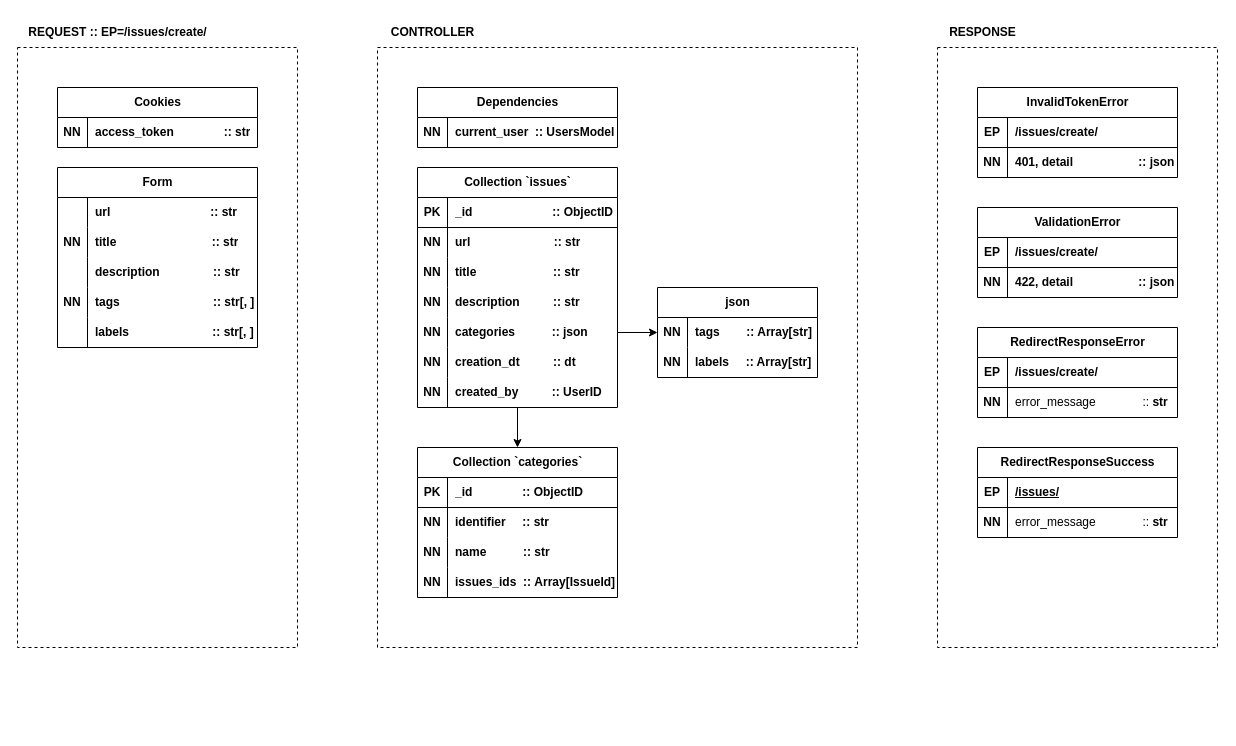
Above: page "/issues/create/post" (2 of 4) of contributors/__docs/Diagram.drawio in ames0k0/Ticket (draw.io), before the change. Source tidied: cells renumbered, new cells numbered last; positions are measured from the earlier drawing's top-left corner, leaving out a move shared by most shapes. Both pictures are drawn from the tidied source at 100%, with x=0, y=0 at pixel (17, 17).
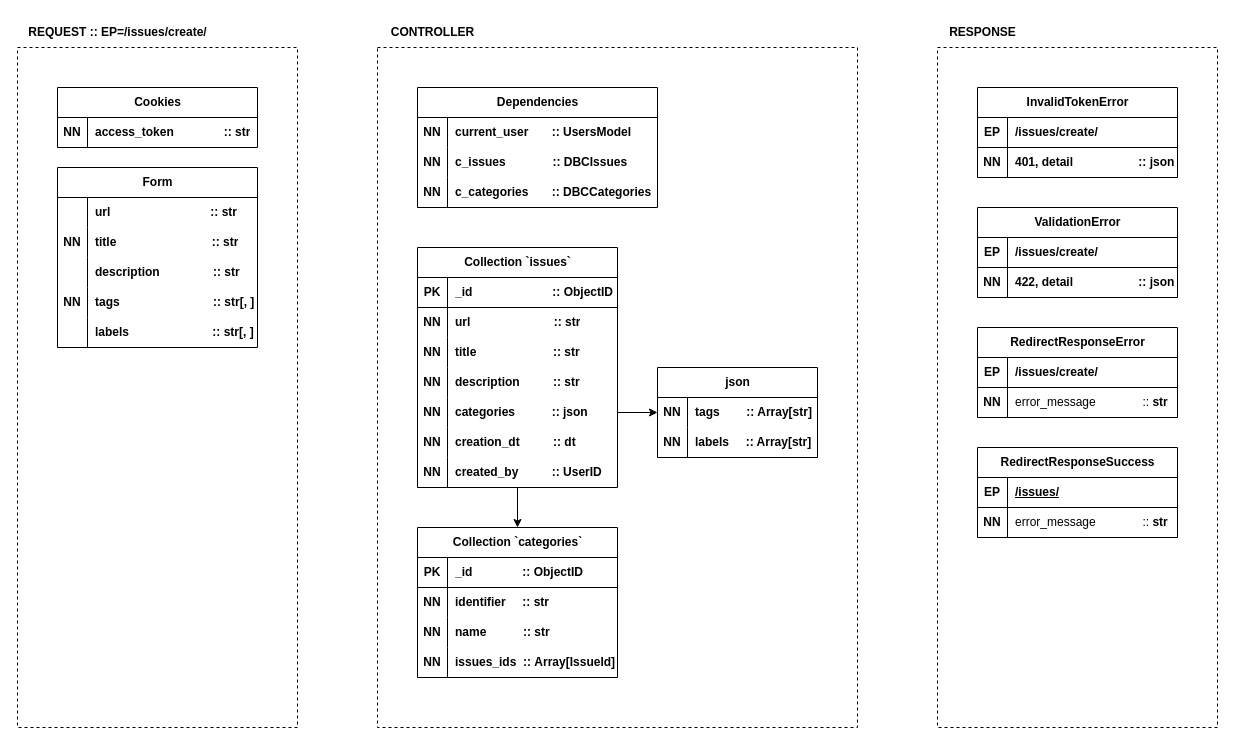
The same diagram, later.

Commit message (it also covers changes not shown here):
[ticket] Contributors: Issues::Create::POST

Diff of the diagram source:
```diff
@@
     <mxCell id="19" value="Collection `issues`" style="shape=table;startSize=30;childLayout=tableLayout;rowLines=0;fontStyle=1;align=center;html=1;" parent="1" vertex="1">
-      <mxGeometry x="400" y="150" width="200" height="240" as="geometry" />
+      <mxGeometry x="400" y="230" width="200" height="240" as="geometry" />
     </mxCell>
@@
     <mxCell id="41" value="json" style="shape=table;startSize=30;childLayout=tableLayout;rowLines=0;fontStyle=1;align=center;html=1;" parent="1" vertex="1">
-      <mxGeometry x="640" y="270" width="160" height="90" as="geometry" />
+      <mxGeometry x="640" y="350" width="160" height="90" as="geometry" />
     </mxCell>
@@
     <mxCell id="49" value="Collection `categories`" style="shape=table;startSize=30;childLayout=tableLayout;rowLines=0;fontStyle=1;align=center;html=1;" parent="1" vertex="1">
-      <mxGeometry x="400" y="430" width="200" height="150" as="geometry" />
+      <mxGeometry x="400" y="510" width="200" height="150" as="geometry" />
     </mxCell>
@@
     <mxCell id="76" style="endArrow=none;dashed=1;html=1;rounded=0;" parent="1" edge="1">
       <mxGeometry relative="1" as="geometry">
         <mxPoint y="30" as="sourcePoint" />
         <mxPoint y="30" as="targetPoint" />
         <Array as="points">
           <mxPoint x="280" y="30" />
-          <mxPoint x="280" y="630" />
-          <mxPoint y="630" />
+          <mxPoint x="280" y="710" />
+          <mxPoint y="710" />
         </Array>
       </mxGeometry>
     </mxCell>
     <mxCell id="77" style="endArrow=none;dashed=1;html=1;rounded=0;" parent="1" edge="1">
       <mxGeometry relative="1" as="geometry">
         <mxPoint x="360" y="30" as="sourcePoint" />
         <mxPoint x="360" y="30" as="targetPoint" />
         <Array as="points">
           <mxPoint x="840" y="30" />
-          <mxPoint x="840" y="630" />
-          <mxPoint x="360" y="630" />
+          <mxPoint x="840" y="710" />
+          <mxPoint x="360" y="710" />
         </Array>
       </mxGeometry>
     </mxCell>
@@
     <mxCell id="79" style="endArrow=none;dashed=1;html=1;rounded=0;" parent="1" edge="1">
       <mxGeometry relative="1" as="geometry">
         <mxPoint x="920" y="30" as="sourcePoint" />
         <mxPoint x="920" y="30" as="targetPoint" />
         <Array as="points">
           <mxPoint x="1200" y="30" />
-          <mxPoint x="1200" y="630" />
-          <mxPoint x="920" y="630" />
+          <mxPoint x="1200" y="710" />
+          <mxPoint x="920" y="710" />
         </Array>
       </mxGeometry>
     </mxCell>
@@
     <mxCell id="86" value="Dependencies" style="shape=table;startSize=30;childLayout=tableLayout;rowLines=0;fontStyle=1;align=center;html=1;" parent="1" vertex="1">
-      <mxGeometry x="400" y="70" width="200" height="60" as="geometry" />
+      <mxGeometry x="400" y="70" width="240" height="120" as="geometry" />
     </mxCell>
     <mxCell id="87" style="shape=tableRow;horizontal=0;startSize=0;swimlaneHead=0;swimlaneBody=0;fillColor=none;top=0;left=0;right=0;bottom=0;" parent="86" vertex="1">
-      <mxGeometry y="30" width="200" height="30" as="geometry" />
+      <mxGeometry y="30" width="240" height="30" as="geometry" />
     </mxCell>
@@
-    <mxCell id="89" value="current_user&amp;nbsp; :: UsersModel" style="shape=partialRectangle;fillColor=none;top=0;left=0;bottom=0;right=0;align=left;spacingLeft=6;overflow=hidden;whiteSpace=wrap;html=1;fontStyle=1;" parent="87" vertex="1">
-      <mxGeometry x="30" width="170" height="30" as="geometry" />
+    <mxCell id="89" value="current_user&amp;nbsp; &amp;nbsp; &amp;nbsp; &amp;nbsp;:: UsersModel" style="shape=partialRectangle;fillColor=none;top=0;left=0;bottom=0;right=0;align=left;spacingLeft=6;overflow=hidden;whiteSpace=wrap;html=1;fontStyle=1;" parent="87" vertex="1">
+      <mxGeometry x="30" width="210" height="30" as="geometry" />
     </mxCell>
+    <mxCell id="104" style="shape=tableRow;horizontal=0;startSize=0;swimlaneHead=0;swimlaneBody=0;fillColor=none;top=0;left=0;right=0;bottom=0;" parent="86" vertex="1">
+      <mxGeometry y="60" width="240" height="30" as="geometry" />
+    </mxCell>
+    <mxCell id="105" value="&lt;b&gt;NN&lt;/b&gt;" style="shape=partialRectangle;fillColor=none;top=0;left=0;bottom=0;right=0;overflow=hidden;whiteSpace=wrap;html=1;" parent="104" vertex="1">
+      <mxGeometry width="30" height="30" as="geometry" />
+    </mxCell>
+    <mxCell id="106" value="c_issues&amp;nbsp; &amp;nbsp; &amp;nbsp; &amp;nbsp; &amp;nbsp; &amp;nbsp; &amp;nbsp; :: DBCIssues" style="shape=partialRectangle;fillColor=none;top=0;left=0;bottom=0;right=0;align=left;spacingLeft=6;overflow=hidden;whiteSpace=wrap;html=1;fontStyle=1;" parent="104" vertex="1">
+      <mxGeometry x="30" width="210" height="30" as="geometry" />
+    </mxCell>
+    <mxCell id="107" style="shape=tableRow;horizontal=0;startSize=0;swimlaneHead=0;swimlaneBody=0;fillColor=none;top=0;left=0;right=0;bottom=0;" parent="86" vertex="1">
+      <mxGeometry y="90" width="240" height="30" as="geometry" />
+    </mxCell>
+    <mxCell id="108" value="NN" style="shape=partialRectangle;fillColor=none;top=0;left=0;bottom=0;right=0;overflow=hidden;whiteSpace=wrap;html=1;fontStyle=1;" parent="107" vertex="1">
+      <mxGeometry width="30" height="30" as="geometry" />
+    </mxCell>
+    <mxCell id="109" value="c_categories&amp;nbsp; &amp;nbsp; &amp;nbsp; &amp;nbsp;:: DBCCategories" style="shape=partialRectangle;fillColor=none;top=0;left=0;bottom=0;right=0;align=left;spacingLeft=6;overflow=hidden;whiteSpace=wrap;html=1;fontStyle=1;" parent="107" vertex="1">
+      <mxGeometry x="30" width="210" height="30" as="geometry" />
+    </mxCell>
```
